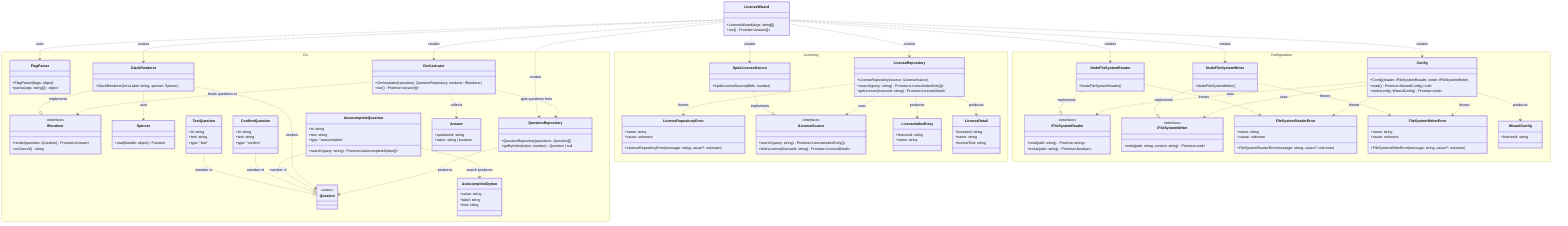
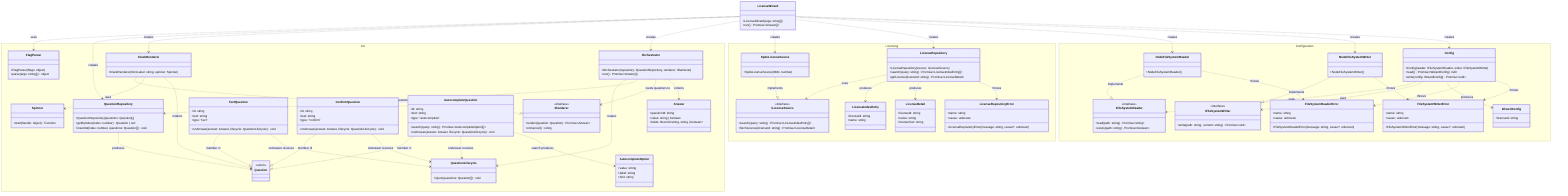
classDiagram
  direction TB

  class LicenseWizard {
    +LicenseWizard(args: string[])
    +run() Promise~Answer[]~
  }

  namespace CLI {
    class FlagParser {
      +FlagParser(flags: object)
      +parse(args: string[]) object
    }

    class Orchestrator {
      +Orchestrator(repository: QuestionRepository, renderer: IRenderer)
      +run() Promise~Answer[]~
    }

    class IRenderer {
      <<interface>>
      +render(question: Question) Promise~Answer~
      +onCancel() string
    }

    class ClackRenderer {
      +ClackRenderer(introLabel: string, spinner: Spinner)
    }

    class Spinner {
      +start(handle: object) Function
    }

    class QuestionRepository {
      +QuestionRepository(questions: Question[])
      +getByIndex(index: number) Question | null
+       +insertAt(index: number, questions: Question[]) void
+     }
+ 
+     class QuestionLifecycle {
+       +inject(questions: Question[]) void
    }

    class Question {
      <<union>>
    }

    class TextQuestion {
      +id: string
      +text: string
      +type: "text"
+       +onAnswer(answer: Answer, lifecycle: QuestionLifecycle) void
    }

    class ConfirmQuestion {
      +id: string
      +text: string
      +type: "confirm"
+       +onAnswer(answer: Answer, lifecycle: QuestionLifecycle) void
    }

    class AutocompleteQuestion {
      +id: string
      +text: string
      +type: "autocomplete"
      +search(query: string) Promise~AutocompleteOption[]~
+       +onAnswer(answer: Answer, lifecycle: QuestionLifecycle) void
    }

    class AutocompleteOption {
      +value: string
      +label: string
      +hint: string
    }

    class Answer {
      +questionId: string
      +value: string | boolean
+       +fields: Record~string, string | boolean~
    }
  }

  namespace Licensing {
    class LicenseRepository {
      +LicenseRepository(source: ILicenseSource)
      +search(query: string) Promise~LicenseIndexEntry[]~
      +getLicense(licenseId: string) Promise~LicenseDetail~
    }

    class LicenseRepositoryError {
      +name: string
      +cause: unknown
      +LicenseRepositoryError(message: string, cause?: unknown)
    }

    class ILicenseSource {
      <<interface>>
      +search(query: string) Promise~LicenseIndexEntry[]~
      +fetchLicense(licenseId: string) Promise~LicenseDetail~
    }

    class SpdxLicenseSource {
      +SpdxLicenseSource(ttlMs: number)
    }

    class LicenseIndexEntry {
      +licenseId: string
      +name: string
    }

    class LicenseDetail {
      +licenseId: string
      +name: string
      +licenseText: string
    }
  }

  namespace Configuration {
    class IFileSystemReader {
      <<interface>>
      +read(path: string) Promise~string~
      +exists(path: string) Promise~boolean~
    }

    class IFileSystemWriter {
      <<interface>>
      +write(path: string, content: string) Promise~void~
    }

    class NodeFileSystemReader {
      +NodeFileSystemReader()
    }

    class NodeFileSystemWriter {
      +NodeFileSystemWriter()
    }

    class FileSystemReaderError {
      +name: string
      +cause: unknown
      +FileSystemReaderError(message: string, cause?: unknown)
    }

    class FileSystemWriterError {
      +name: string
      +cause: unknown
      +FileSystemWriterError(message: string, cause?: unknown)
    }

    class WizardConfig {
      +licenseId: string
    }

    class Config {
      +Config(reader: IFileSystemReader, writer: IFileSystemWriter)
      +read() Promise~WizardConfig | null~
      +write(config: WizardConfig) Promise~void~
    }
  }

  TextQuestion ..|> Question : member of
  ConfirmQuestion ..|> Question : member of
  AutocompleteQuestion ..|> Question : member of
+   TextQuestion ..> QuestionLifecycle : onAnswer receives
+   ConfirmQuestion ..> QuestionLifecycle : onAnswer receives
+   AutocompleteQuestion ..> QuestionLifecycle : onAnswer receives
+   Orchestrator ..> QuestionLifecycle : creates
  ClackRenderer ..|> IRenderer : implements
  ClackRenderer ..> Spinner : uses
  LicenseWizard ..> FlagParser : uses
  LicenseWizard ..> QuestionRepository : creates
  LicenseWizard ..> ClackRenderer : creates
  LicenseWizard ..> Orchestrator : creates
  LicenseWizard ..> SpdxLicenseSource : creates
  LicenseWizard ..> LicenseRepository : creates
  Orchestrator ..> QuestionRepository : gets questions from
  Orchestrator ..> IRenderer : feeds questions to
  ClackRenderer ..> Question : renders
  QuestionRepository ..> Question : produces
  AutocompleteQuestion ..> AutocompleteOption : search produces
  Orchestrator ..> Answer : collects
  SpdxLicenseSource ..|> ILicenseSource : implements
  LicenseRepository ..> ILicenseSource : uses
  LicenseRepository ..> LicenseIndexEntry : produces
  LicenseRepository ..> LicenseDetail : produces
  LicenseRepository ..> LicenseRepositoryError : throws
  NodeFileSystemReader ..|> IFileSystemReader : implements
  NodeFileSystemWriter ..|> IFileSystemWriter : implements
  NodeFileSystemReader ..> FileSystemReaderError : throws
  NodeFileSystemWriter ..> FileSystemWriterError : throws
  Config ..> IFileSystemReader : uses
  Config ..> IFileSystemWriter : uses
  Config ..> WizardConfig : produces
  Config ..> FileSystemReaderError : throws
  Config ..> FileSystemWriterError : throws
  LicenseWizard ..> NodeFileSystemReader : creates
  LicenseWizard ..> NodeFileSystemWriter : creates
  LicenseWizard ..> Config : creates
